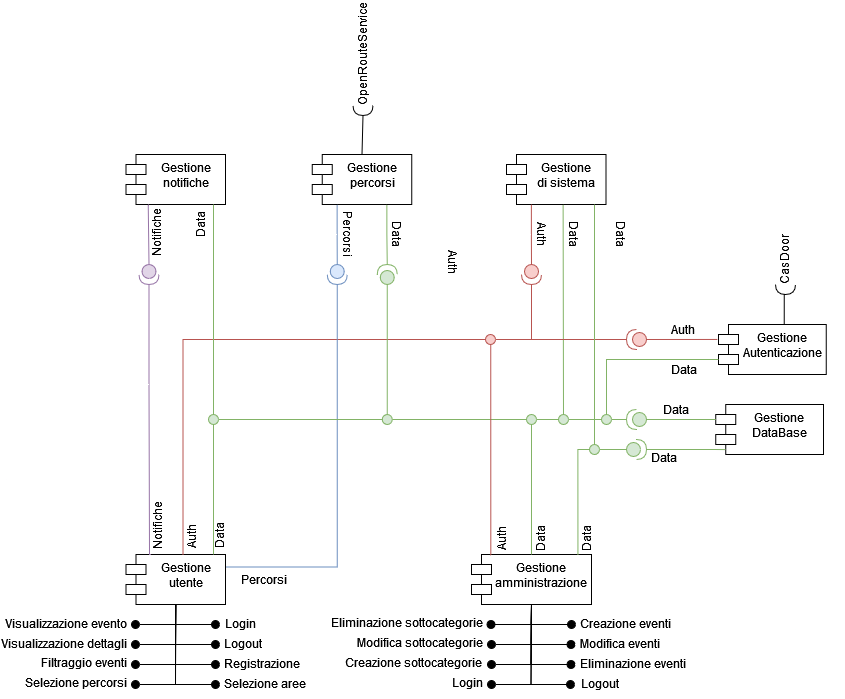
Before: Deliverable-2/Images/ComponentDiagram.png, a diagram exported from draw.io (ELI20ZIVI/BeeLive). Source tidied: cells renumbered, new cells last; positions are measured from the earlier drawing's top-left corner, leaving out a move shared by most shapes.
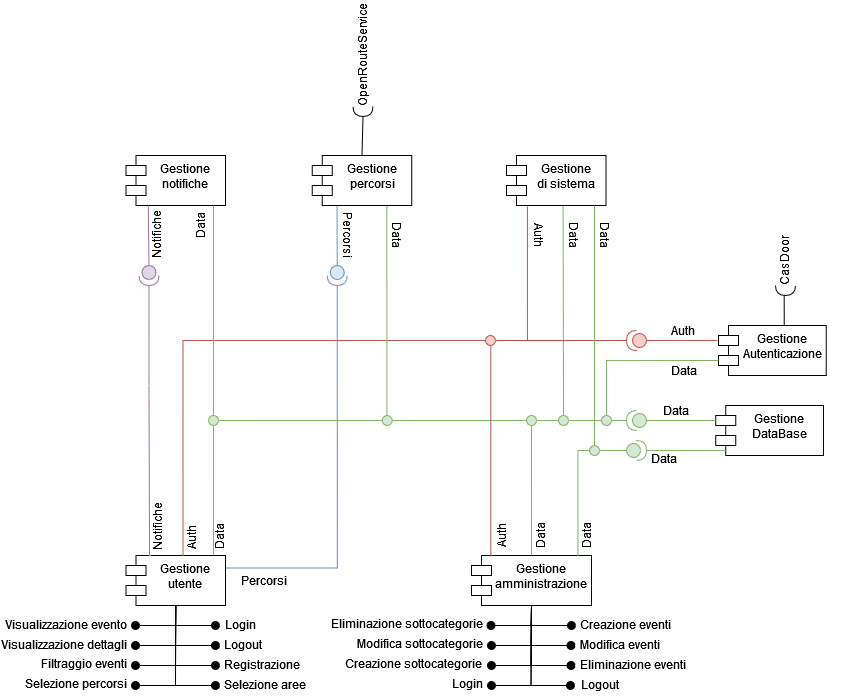
After the change.

Change to the diagram source:
```diff
@@ -191,13 +191,13 @@
       </mxGeometry>
     </mxCell>
     <mxCell id="40" value="Auth" style="text;html=1;align=center;verticalAlign=middle;whiteSpace=wrap;rounded=0;rotation=-90;" parent="1" vertex="1">
-      <mxGeometry x="471" y="484" width="60" height="30" as="geometry" />
+      <mxGeometry x="471" y="480" width="60" height="30" as="geometry" />
     </mxCell>
     <mxCell id="41" value="Data" style="text;html=1;align=center;verticalAlign=middle;whiteSpace=wrap;rounded=0;rotation=-90;" parent="1" vertex="1">
       <mxGeometry x="189" y="481" width="60" height="30" as="geometry" />
     </mxCell>
     <mxCell id="42" value="Data" style="text;html=1;align=center;verticalAlign=middle;whiteSpace=wrap;rounded=0;rotation=-90;" parent="1" vertex="1">
-      <mxGeometry x="510" y="484" width="60" height="30" as="geometry" />
+      <mxGeometry x="510" y="480" width="60" height="30" as="geometry" />
     </mxCell>
     <mxCell id="43" value="Auth" style="text;html=1;align=center;verticalAlign=middle;whiteSpace=wrap;rounded=0;rotation=0;" parent="1" vertex="1">
       <mxGeometry x="653" y="275" width="60" height="30" as="geometry" />
@@ -233,7 +233,7 @@
       <mxGeometry x="170" y="170" width="60" height="30" as="geometry" />
     </mxCell>
     <mxCell id="50" value="Data" style="text;html=1;align=center;verticalAlign=middle;whiteSpace=wrap;rounded=0;rotation=-90;" parent="1" vertex="1">
-      <mxGeometry x="556" y="484" width="60" height="30" as="geometry" />
+      <mxGeometry x="556" y="480" width="60" height="30" as="geometry" />
     </mxCell>
     <mxCell id="51" value="&lt;div&gt;Data&lt;/div&gt;" style="text;html=1;align=center;verticalAlign=middle;whiteSpace=wrap;rounded=0;" parent="1" vertex="1">
       <mxGeometry x="646" y="355" width="60" height="30" as="geometry" />
@@ -299,17 +299,11 @@
     <mxCell id="67" value="Percorsi" style="text;html=1;align=center;verticalAlign=middle;whiteSpace=wrap;rounded=0;rotation=90;" parent="1" vertex="1">
       <mxGeometry x="314.8" y="180" width="68" height="30" as="geometry" />
     </mxCell>
-    <mxCell id="68" style="shape=providedRequiredInterface;html=1;verticalLabelPosition=bottom;sketch=0;rotation=-90;fillColor=#d5e8d4;strokeColor=#82b366;" parent="1" vertex="1">
-      <mxGeometry x="376.8" y="225" width="20" height="20" as="geometry" />
-    </mxCell>
-    <mxCell id="69" style="edgeStyle=orthogonalEdgeStyle;rounded=0;jettySize=auto;html=1;exitX=0.75;exitY=1;exitDx=0;exitDy=0;entryX=1;entryY=0.5;entryDx=0;entryDy=0;entryPerimeter=0;endArrow=none;endFill=0;fillColor=#d5e8d4;strokeColor=#82b366;" parent="1" edge="1" source="62" target="68">
-      <mxGeometry relative="1" as="geometry" />
-    </mxCell>
-    <mxCell id="70" style="edgeStyle=orthogonalEdgeStyle;rounded=0;jettySize=auto;html=1;exitX=0;exitY=0.5;exitDx=0;exitDy=0;exitPerimeter=0;entryX=0.873;entryY=0;entryDx=0;entryDy=0;entryPerimeter=0;endArrow=none;endFill=0;fillColor=#d5e8d4;strokeColor=#82b366;" parent="1" edge="1" source="68">
+    <mxCell id="70" style="edgeStyle=orthogonalEdgeStyle;rounded=0;jettySize=auto;html=1;exitX=0.75;exitY=1;exitDx=0;exitDy=0;entryX=0.873;entryY=0;entryDx=0;entryDy=0;entryPerimeter=0;endArrow=none;endFill=0;fillColor=#d5e8d4;strokeColor=#82b366;" parent="1" edge="1" source="62">
       <mxGeometry relative="1" as="geometry">
         <mxPoint x="213" y="515" as="targetPoint" />
         <Array as="points">
-          <mxPoint x="387" y="380" />
+          <mxPoint x="386" y="380" />
           <mxPoint x="213" y="380" />
         </Array>
       </mxGeometry>
@@ -363,12 +357,6 @@
     <mxCell id="83" value="Gestione &lt;br&gt;di sistema" style="shape=module;align=left;spacingLeft=20;align=center;verticalAlign=top;whiteSpace=wrap;html=1;" parent="1" vertex="1">
       <mxGeometry x="506" y="115" width="99.5" height="50" as="geometry" />
     </mxCell>
-    <mxCell id="84" style="shape=providedRequiredInterface;html=1;verticalLabelPosition=bottom;sketch=0;rotation=90;fillColor=#f8cecc;strokeColor=#b85450;" parent="1" vertex="1">
-      <mxGeometry x="521" y="225" width="20" height="20" as="geometry" />
-    </mxCell>
-    <mxCell id="85" style="edgeStyle=orthogonalEdgeStyle;rounded=0;jettySize=auto;html=1;exitX=0.25;exitY=1;exitDx=0;exitDy=0;entryX=0;entryY=0.5;entryDx=0;entryDy=0;entryPerimeter=0;endArrow=none;endFill=0;fillColor=#f8cecc;strokeColor=#b85450;" parent="1" edge="1" source="83" target="84">
-      <mxGeometry relative="1" as="geometry" />
-    </mxCell>
     <mxCell id="86" value="Data" style="text;html=1;align=center;verticalAlign=middle;whiteSpace=wrap;rounded=0;rotation=90;" parent="1" vertex="1">
       <mxGeometry x="540" y="180" width="68" height="30" as="geometry" />
     </mxCell>
@@ -381,9 +369,6 @@
         </Array>
       </mxGeometry>
     </mxCell>
-    <mxCell id="88" value="Auth" style="text;html=1;align=center;verticalAlign=middle;whiteSpace=wrap;rounded=0;rotation=90;" parent="1" vertex="1">
-      <mxGeometry x="419" y="208" width="68" height="30" as="geometry" />
-    </mxCell>
     <mxCell id="89" style="edgeStyle=orthogonalEdgeStyle;rounded=0;jettySize=auto;html=1;exitX=0.75;exitY=1;exitDx=0;exitDy=0;entryX=0;entryY=0.5;entryDx=0;entryDy=0;entryPerimeter=0;endArrow=none;endFill=0;fillColor=#d5e8d4;strokeColor=#82b366;" parent="1" edge="1" source="94" target="59">
       <mxGeometry relative="1" as="geometry">
         <Array as="points">
@@ -392,12 +377,12 @@
       </mxGeometry>
     </mxCell>
     <mxCell id="90" value="Data" style="text;html=1;align=center;verticalAlign=middle;whiteSpace=wrap;rounded=0;rotation=90;" parent="1" vertex="1">
-      <mxGeometry x="587" y="180" width="68" height="30" as="geometry" />
+      <mxGeometry x="571" y="180" width="68" height="30" as="geometry" />
     </mxCell>
     <mxCell id="91" value="&lt;div&gt;Auth&lt;/div&gt;" style="text;html=1;align=center;verticalAlign=middle;whiteSpace=wrap;rounded=0;rotation=90;" parent="1" vertex="1">
-      <mxGeometry x="512" y="180" width="60" height="30" as="geometry" />
+      <mxGeometry x="509" y="180" width="60" height="30" as="geometry" />
     </mxCell>
-    <mxCell id="92" style="edgeStyle=orthogonalEdgeStyle;rounded=0;jettySize=auto;html=1;exitX=1;exitY=0.5;exitDx=0;exitDy=0;exitPerimeter=0;entryX=1;entryY=0.5;entryDx=0;entryDy=0;entryPerimeter=0;endArrow=none;endFill=0;fillColor=#f8cecc;strokeColor=#b85450;" parent="1" edge="1" source="84" target="10">
+    <mxCell id="92" style="edgeStyle=orthogonalEdgeStyle;rounded=0;jettySize=auto;html=1;exitX=0.21;exitY=1.013;exitDx=0;exitDy=0;exitPerimeter=0;entryX=1;entryY=0.5;entryDx=0;entryDy=0;entryPerimeter=0;endArrow=none;endFill=0;fillColor=#f8cecc;strokeColor=#b85450;" parent="1" edge="1" source="83" target="10">
       <mxGeometry relative="1" as="geometry" />
     </mxCell>
     <mxCell id="93" style="edgeStyle=orthogonalEdgeStyle;rounded=0;jettySize=auto;html=1;exitX=0.75;exitY=1;exitDx=0;exitDy=0;entryX=0;entryY=0.5;entryDx=0;entryDy=0;entryPerimeter=0;endArrow=none;endFill=0;fillColor=#d5e8d4;strokeColor=#82b366;" parent="1" edge="1" target="94">
```
